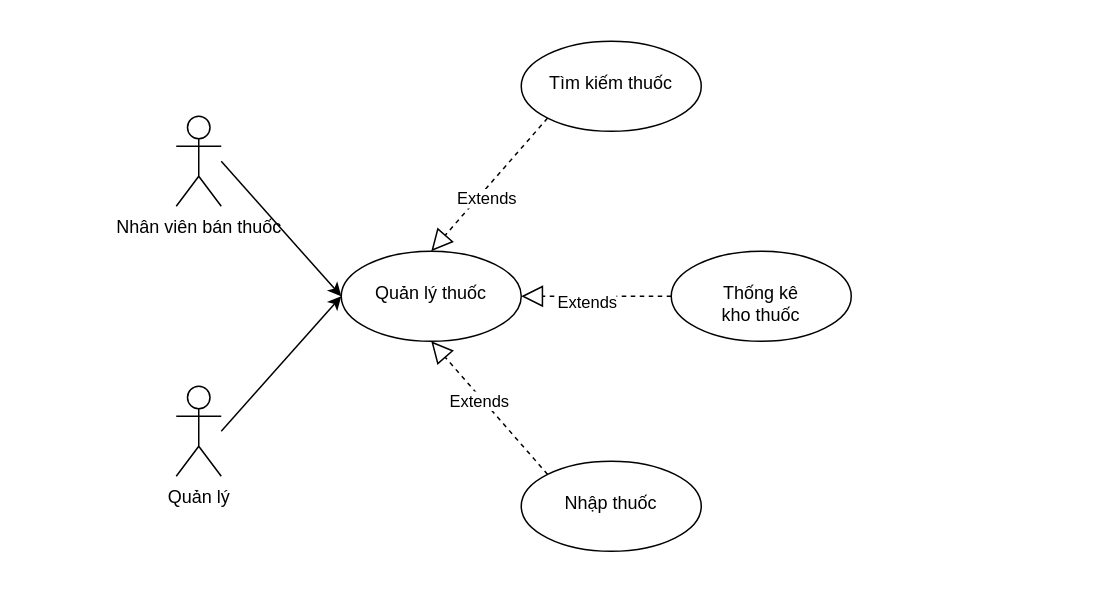
dungph/KMA_CTKH11 keeps this draw.io diagram as diagram/medicine_manage.drawio. Above is the earlier version. Source tidied: cells renumbered, new cells numbered last; positions are measured from the earlier drawing's top-left corner, leaving out a move shared by most shapes. Both pictures are drawn from the tidied source at 150%, with x=0, y=0 at pixel (176, 40).
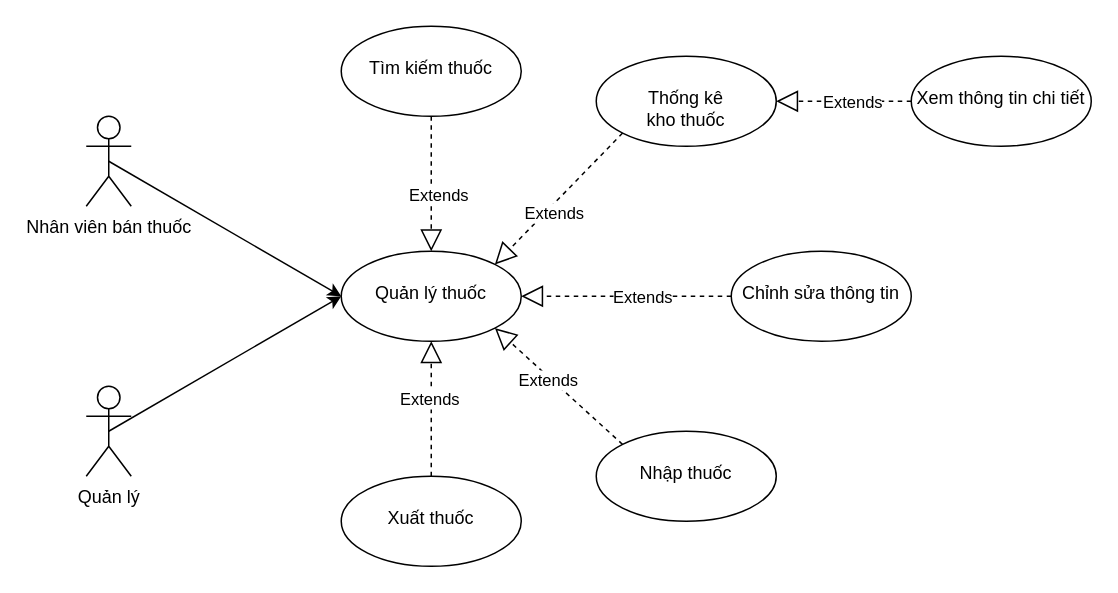
Above is the later version.

The change refers to these unchanged cells:
```xml
<mxCell id="7" value="&lt;br&gt;Quản lý thuốc" style="ellipse;whiteSpace=wrap;html=1;verticalAlign=top;" parent="1" vertex="1">
  <mxGeometry x="110" y="140" width="120" height="60" as="geometry" />
</mxCell>
```

The edit, as a diff of the source:
```diff
@@
     <mxCell id="2" value="Nhân viên bán thuốc" style="shape=umlActor;verticalLabelPosition=bottom;verticalAlign=top;html=1;outlineConnect=0;" parent="1" vertex="1">
-      <mxGeometry y="50" width="30" height="60" as="geometry" />
+      <mxGeometry x="-60" y="50" width="30" height="60" as="geometry" />
     </mxCell>
     <mxCell id="3" value="Quản lý" style="shape=umlActor;verticalLabelPosition=bottom;verticalAlign=top;html=1;outlineConnect=0;" parent="1" vertex="1">
-      <mxGeometry y="230" width="30" height="60" as="geometry" />
+      <mxGeometry x="-60" y="230" width="30" height="60" as="geometry" />
     </mxCell>
     <mxCell id="4" value="&lt;br&gt;Tìm kiếm thuốc" style="ellipse;whiteSpace=wrap;html=1;verticalAlign=top;" parent="1" vertex="1">
-      <mxGeometry x="230" width="120" height="60" as="geometry" />
+      <mxGeometry x="110" y="-10" width="120" height="60" as="geometry" />
     </mxCell>
     <mxCell id="5" value="&lt;br&gt;Thống kê&lt;br&gt;kho thuốc" style="ellipse;whiteSpace=wrap;html=1;verticalAlign=top;" parent="1" vertex="1">
-      <mxGeometry x="330" y="140" width="120" height="60" as="geometry" />
+      <mxGeometry x="280" y="10" width="120" height="60" as="geometry" />
     </mxCell>
-    <mxCell id="6" value="&lt;br&gt;Nhập thuốc&lt;br&gt;" style="ellipse;whiteSpace=wrap;html=1;verticalAlign=top;" parent="1" vertex="1">
-      <mxGeometry x="230" y="280" width="120" height="60" as="geometry" />
+    <mxCell id="6" value="&lt;br&gt;Xuất thuốc" style="ellipse;whiteSpace=wrap;html=1;verticalAlign=top;" parent="1" vertex="1">
+      <mxGeometry x="110" y="290" width="120" height="60" as="geometry" />
     </mxCell>
@@
-    <mxCell id="8" style="endArrow=classic;html=1;rounded=0;entryX=0;entryY=0.5;entryDx=0;entryDy=0;" parent="1" edge="1" target="7">
-      <mxGeometry relative="1" as="geometry">
-        <mxPoint x="30" y="260" as="sourcePoint" />
-      </mxGeometry>
+    <mxCell id="8" style="endArrow=classic;html=1;rounded=0;entryX=0;entryY=0.5;entryDx=0;entryDy=0;exitX=0.5;exitY=0.5;exitDx=0;exitDy=0;exitPerimeter=0;" parent="1" edge="1" source="3" target="7">
+      <mxGeometry relative="1" as="geometry" />
     </mxCell>
-    <mxCell id="9" style="endArrow=classic;html=1;rounded=0;entryX=0;entryY=0.5;entryDx=0;entryDy=0;" parent="1" edge="1" target="7">
-      <mxGeometry relative="1" as="geometry">
-        <mxPoint x="30" y="80" as="sourcePoint" />
-      </mxGeometry>
+    <mxCell id="9" style="endArrow=classic;html=1;rounded=0;entryX=0;entryY=0.5;entryDx=0;entryDy=0;exitX=0.5;exitY=0.5;exitDx=0;exitDy=0;exitPerimeter=0;" parent="1" edge="1" source="2" target="7">
+      <mxGeometry relative="1" as="geometry" />
     </mxCell>
-    <mxCell id="10" style="endArrow=block;dashed=1;endFill=0;endSize=12;html=1;rounded=0;entryX=0.5;entryY=0;entryDx=0;entryDy=0;exitX=0;exitY=1;exitDx=0;exitDy=0;" parent="1" edge="1" source="4" target="7">
+    <mxCell id="10" style="endArrow=block;dashed=1;endFill=0;endSize=12;html=1;rounded=0;entryX=0.5;entryY=0;entryDx=0;entryDy=0;exitX=0.5;exitY=1;exitDx=0;exitDy=0;" parent="1" edge="1" source="4" target="7">
       <mxGeometry relative="1" as="geometry" />
     </mxCell>
@@
-    <mxCell id="12" style="endArrow=block;dashed=1;endFill=0;endSize=12;html=1;rounded=0;exitX=0;exitY=0.5;exitDx=0;exitDy=0;entryX=1;entryY=0.5;entryDx=0;entryDy=0;" parent="1" edge="1" source="5" target="7">
+    <mxCell id="12" style="endArrow=block;dashed=1;endFill=0;endSize=12;html=1;rounded=0;entryX=1;entryY=0;entryDx=0;entryDy=0;exitX=0;exitY=1;exitDx=0;exitDy=0;" parent="1" edge="1" source="5" target="7">
       <mxGeometry relative="1" as="geometry" />
     </mxCell>
@@
-    <mxCell id="14" style="endArrow=block;dashed=1;endFill=0;endSize=12;html=1;rounded=0;exitX=0;exitY=0;exitDx=0;exitDy=0;entryX=0.5;entryY=1;entryDx=0;entryDy=0;" parent="1" edge="1" source="6" target="7">
+    <mxCell id="14" style="endArrow=block;dashed=1;endFill=0;endSize=12;html=1;rounded=0;exitX=0.5;exitY=0;exitDx=0;exitDy=0;entryX=0.5;entryY=1;entryDx=0;entryDy=0;" parent="1" edge="1" source="6" target="7">
       <mxGeometry relative="1" as="geometry" />
     </mxCell>
@@
+    <mxCell id="16" value="&lt;br&gt;Chỉnh sửa thông tin" style="ellipse;whiteSpace=wrap;html=1;verticalAlign=top;" parent="1" vertex="1">
+      <mxGeometry x="370" y="140" width="120" height="60" as="geometry" />
+    </mxCell>
+    <mxCell id="17" style="endArrow=block;dashed=1;endFill=0;endSize=12;html=1;rounded=0;exitX=0;exitY=0.5;exitDx=0;exitDy=0;entryX=1;entryY=0.5;entryDx=0;entryDy=0;" parent="1" edge="1" source="16" target="7">
+      <mxGeometry relative="1" as="geometry" />
+    </mxCell>
+    <mxCell id="18" value="Extends" style="edgeLabel;html=1;align=center;verticalAlign=middle;" parent="17" vertex="1">
+      <mxGeometry x="0.16" y="3" relative="1" as="geometry">
+        <mxPoint x="21" y="-3" as="offset" />
+      </mxGeometry>
+    </mxCell>
+    <mxCell id="19" value="&lt;br&gt;Nhập thuốc&lt;br&gt;" style="ellipse;whiteSpace=wrap;html=1;verticalAlign=top;" parent="1" vertex="1">
+      <mxGeometry x="280" y="260" width="120" height="60" as="geometry" />
+    </mxCell>
+    <mxCell id="20" style="endArrow=block;dashed=1;endFill=0;endSize=12;html=1;rounded=0;entryX=1;entryY=1;entryDx=0;entryDy=0;exitX=0;exitY=0;exitDx=0;exitDy=0;" parent="1" edge="1" source="19" target="7">
+      <mxGeometry relative="1" as="geometry" />
+    </mxCell>
+    <mxCell id="21" value="Extends" style="edgeLabel;html=1;align=center;verticalAlign=middle;" parent="20" vertex="1">
+      <mxGeometry x="0.16" y="3" relative="1" as="geometry">
+        <mxPoint x="1" as="offset" />
+      </mxGeometry>
+    </mxCell>
+    <mxCell id="22" value="&lt;br&gt;Xem thông tin chi tiết" style="ellipse;whiteSpace=wrap;html=1;verticalAlign=top;" parent="1" vertex="1">
+      <mxGeometry x="490" y="10" width="120" height="60" as="geometry" />
+    </mxCell>
+    <mxCell id="23" style="endArrow=block;dashed=1;endFill=0;endSize=12;html=1;rounded=0;exitX=0;exitY=0.5;exitDx=0;exitDy=0;entryX=1;entryY=0.5;entryDx=0;entryDy=0;" parent="1" edge="1" source="22" target="5">
+      <mxGeometry relative="1" as="geometry" />
+    </mxCell>
+    <mxCell id="24" value="Extends" style="edgeLabel;html=1;align=center;verticalAlign=middle;" parent="23" vertex="1">
+      <mxGeometry x="0.16" y="3" relative="1" as="geometry">
+        <mxPoint x="12" y="-3" as="offset" />
+      </mxGeometry>
+    </mxCell>
```
